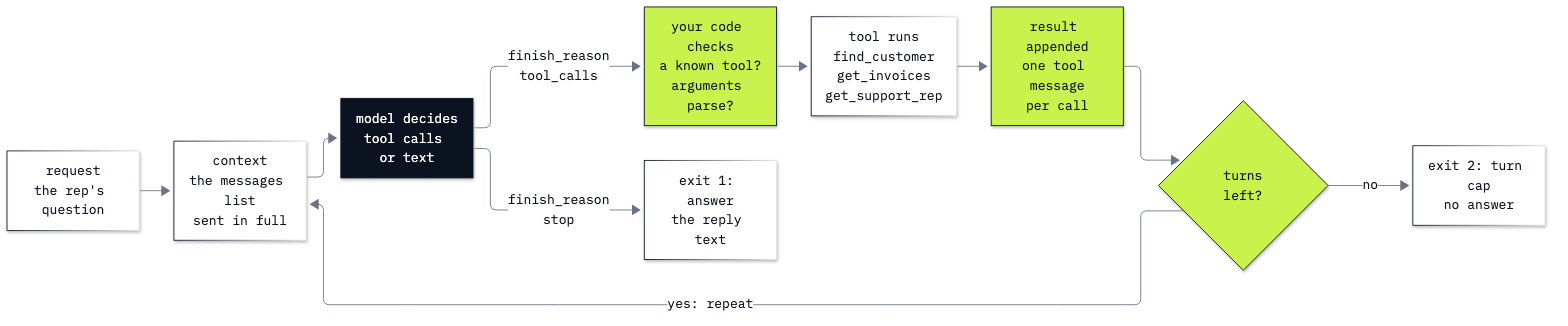
Before: 03_Agent_Loop/resources/lab03_agent_loop.png, a diagram exported from Mermaid (tatwan/ai_agents_course). Its source is kept beside it as 03_Agent_Loop/resources/lab03_agent_loop.mmd. The source it was exported from:
```mermaid
%%{init: {"theme": "base", "flowchart": {"curve": "basis", "nodeSpacing": 34, "rankSpacing": 44}, "themeVariables": {"fontFamily": "IBM Plex Mono, monospace", "fontSize": "15px", "primaryColor": "#FFFFFF", "primaryBorderColor": "#0B1220", "primaryTextColor": "#0B1220", "lineColor": "#6B7383", "clusterBkg": "#F4F5F7", "clusterBorder": "#6B7383"}}}%%
flowchart LR
    req[request<br/>the rep's question] --> ctx[context<br/>the messages list<br/>sent in full]
    ctx --> model[model decides<br/>tool calls or text]
    model -->|finish_reason<br/>tool_calls| check[your code checks<br/>a known tool?<br/>arguments parse?]
    check --> tool[tool runs<br/>find_customer<br/>get_invoices<br/>get_support_rep]
    tool --> result[result appended<br/>one tool message<br/>per call]
    result --> left{turns<br/>left?}
    left -->|yes: repeat| ctx
    left -->|no| cap[exit 2: turn cap<br/>no answer]
    model -->|finish_reason<br/>stop| answer[exit 1: answer<br/>the reply text]
    classDef model fill:#0B1220,color:#FFFFFF,stroke:#0B1220
    classDef code fill:#C9F24D,color:#0B1220,stroke:#0B1220
    class model model
    class check,result,left code
```
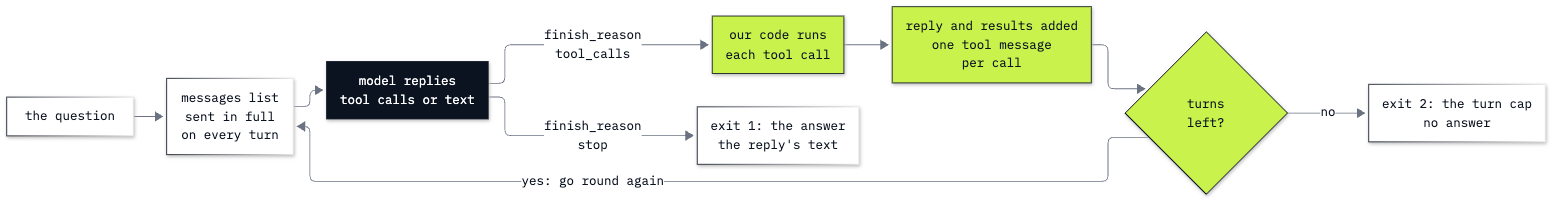
The same file after the commit.

Commit message:
Lab 03: rebuild the agent loop as 03a, 03b and a ReAct extra

What changed in the source:
```diff
@@ -1,15 +1,14 @@
-%%{init: {"theme": "base", "flowchart": {"curve": "basis", "nodeSpacing": 34, "rankSpacing": 44}, "themeVariables": {"fontFamily": "IBM Plex Mono, monospace", "fontSize": "15px", "primaryColor": "#FFFFFF", "primaryBorderColor": "#0B1220", "primaryTextColor": "#0B1220", "lineColor": "#6B7383", "clusterBkg": "#F4F5F7", "clusterBorder": "#6B7383"}}}%%
+%%{init: {"theme": "base", "flowchart": {"curve": "basis", "nodeSpacing": 34, "rankSpacing": 44, "wrappingWidth": 420}, "themeVariables": {"fontFamily": "IBM Plex Mono, monospace", "fontSize": "15px", "primaryColor": "#FFFFFF", "primaryBorderColor": "#0B1220", "primaryTextColor": "#0B1220", "lineColor": "#6B7383", "clusterBkg": "#F4F5F7", "clusterBorder": "#6B7383"}}}%%
 flowchart LR
-    req[request<br/>the rep's question] --> ctx[context<br/>the messages list<br/>sent in full]
-    ctx --> model[model decides<br/>tool calls or text]
-    model -->|finish_reason<br/>tool_calls| check[your code checks<br/>a known tool?<br/>arguments parse?]
-    check --> tool[tool runs<br/>find_customer<br/>get_invoices<br/>get_support_rep]
-    tool --> result[result appended<br/>one tool message<br/>per call]
+    question[the question] --> list[messages list<br/>sent in full<br/>on every turn]
+    list --> model[model replies<br/>tool calls or text]
+    model -->|finish_reason<br/>tool_calls| run[our code runs<br/>each tool call]
+    run --> result[reply and results added<br/>one tool message<br/>per call]
     result --> left{turns<br/>left?}
-    left -->|yes: repeat| ctx
-    left -->|no| cap[exit 2: turn cap<br/>no answer]
-    model -->|finish_reason<br/>stop| answer[exit 1: answer<br/>the reply text]
+    left -->|yes: go round again| list
+    left -->|no| cap[exit 2: the turn cap<br/>no answer]
+    model -->|finish_reason<br/>stop| answer[exit 1: the answer<br/>the reply's text]
     classDef model fill:#0B1220,color:#FFFFFF,stroke:#0B1220
     classDef code fill:#C9F24D,color:#0B1220,stroke:#0B1220
     class model model
-    class check,result,left code
+    class run,result,left code
```
